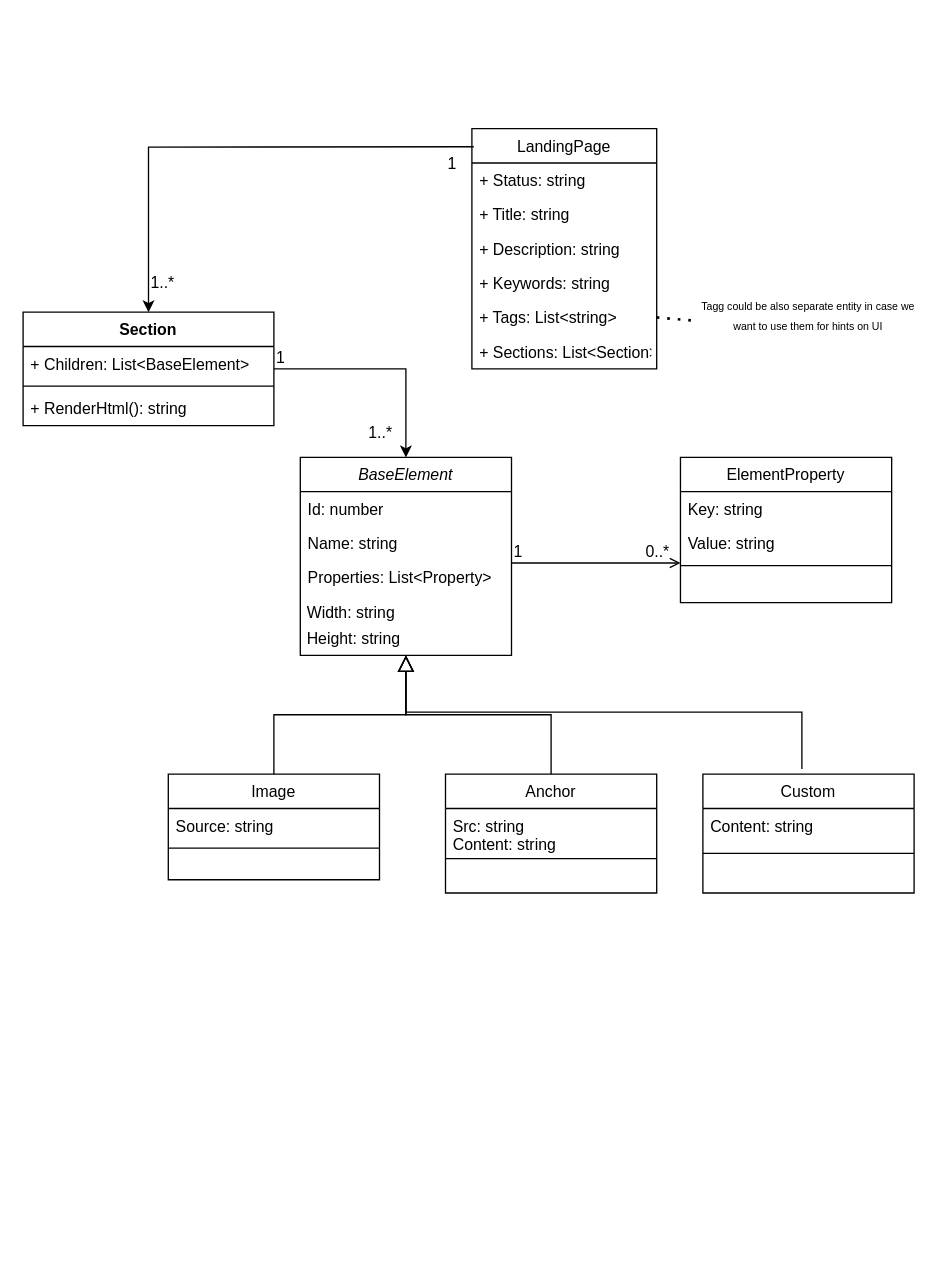
dmiAnd/Common keeps this draw.io diagram as meta-model.drawio. Above is the earlier version. Source tidied: cells renumbered, new cells numbered last; positions are measured from the earlier drawing's top-left corner, leaving out a move shared by most shapes. Both pictures are drawn from the tidied source at 132%, with x=0, y=0 at pixel (22, 128).
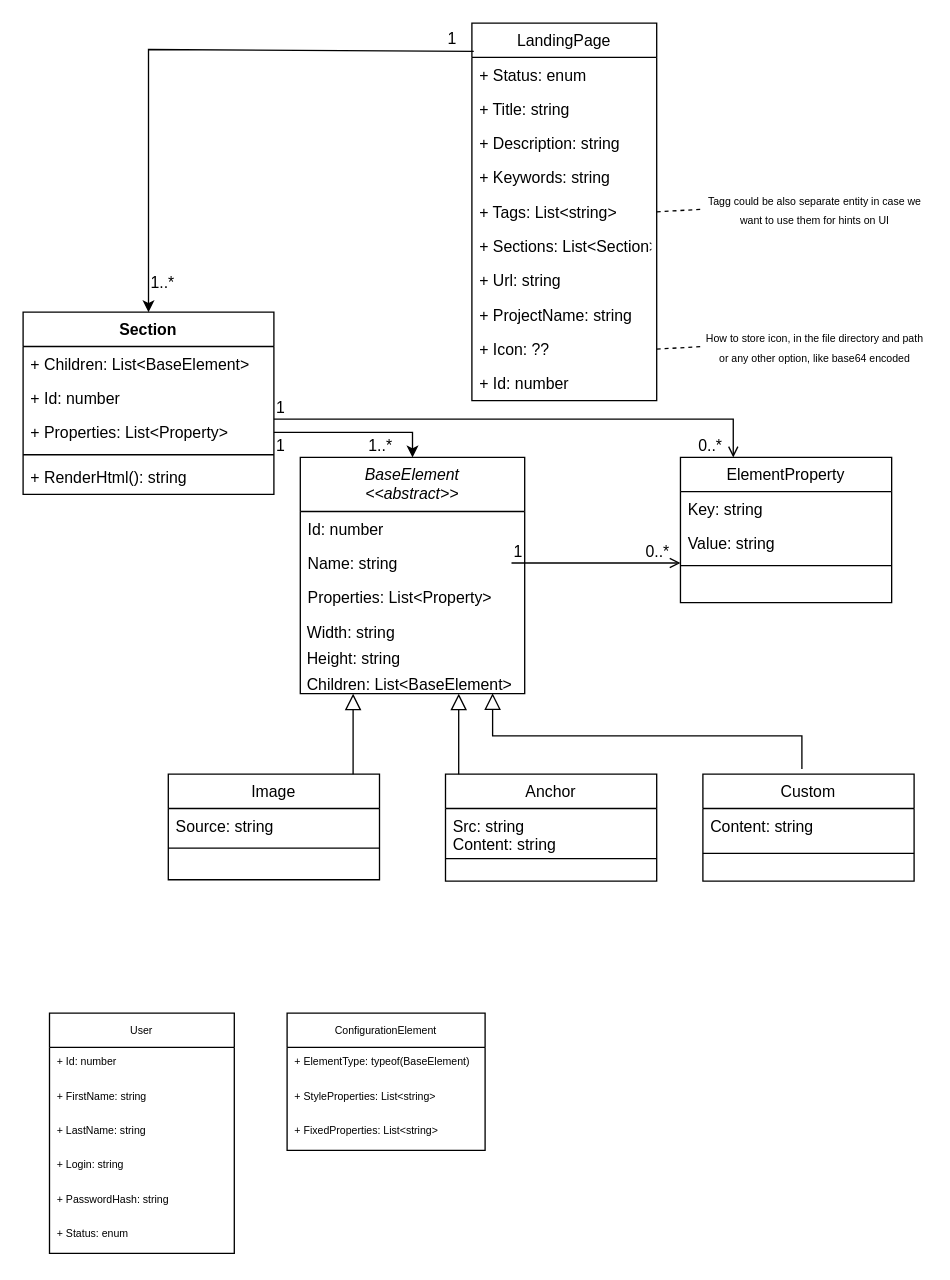
After the change.

The change refers to these unchanged cells:
```xml
<mxCell id="8" value="Image" style="swimlane;fontStyle=0;align=center;verticalAlign=top;horizontal=1;startSize=26;rounded=0;shadow=0;strokeWidth=1;" parent="1" vertex="1">
  <mxGeometry x="110" y="489" width="160" height="80" as="geometry" />
</mxCell>
<mxCell id="16" value="ElementProperty" style="swimlane;fontStyle=0;align=center;verticalAlign=top;horizontal=1;startSize=26;rounded=0;shadow=0;strokeWidth=1;" parent="1" vertex="1">
  <mxGeometry x="498" y="249" width="160" height="110" as="geometry" />
</mxCell>
<mxCell id="35" value="+ Tags: List&lt;string&gt;" style="text;strokeColor=none;fillColor=none;align=left;verticalAlign=top;spacingLeft=4;spacingRight=4;overflow=hidden;points=[[0,0.5],[1,0.5]];portConstraint=eastwest;" parent="30" vertex="1">
  <mxGeometry y="130" width="140" height="26" as="geometry" />
</mxCell>
```

What changed in the source:
```diff
@@
-    <mxCell id="2" value="BaseElement" style="swimlane;fontStyle=2;align=center;verticalAlign=top;horizontal=1;startSize=26;rounded=0;shadow=0;strokeWidth=1;" parent="1" vertex="1">
-      <mxGeometry x="210" y="249" width="160" height="150" as="geometry" />
+    <mxCell id="2" value="BaseElement&#10;&lt;&lt;abstract&gt;&gt;" style="swimlane;fontStyle=2;align=center;verticalAlign=top;horizontal=1;startSize=41;rounded=0;shadow=0;strokeWidth=1;" parent="1" vertex="1">
+      <mxGeometry x="210" y="249" width="170" height="179" as="geometry" />
     </mxCell>
     <mxCell id="3" value="Id: number" style="text;align=left;verticalAlign=top;spacingLeft=4;spacingRight=4;overflow=hidden;" parent="2" vertex="1">
-      <mxGeometry y="26" width="160" height="26" as="geometry" />
+      <mxGeometry y="41" width="170" height="26" as="geometry" />
     </mxCell>
     <mxCell id="4" value="Name: string" style="text;align=left;verticalAlign=top;spacingLeft=4;spacingRight=4;overflow=hidden;rounded=0;shadow=0;html=0;" parent="2" vertex="1">
-      <mxGeometry y="52" width="160" height="26" as="geometry" />
+      <mxGeometry y="67" width="170" height="26" as="geometry" />
     </mxCell>
     <mxCell id="5" value="Properties: List&lt;Property&gt;" style="text;align=left;verticalAlign=top;spacingLeft=4;spacingRight=4;overflow=hidden;rounded=0;shadow=0;html=0;" parent="2" vertex="1">
-      <mxGeometry y="78" width="160" height="26" as="geometry" />
+      <mxGeometry y="93" width="170" height="26" as="geometry" />
     </mxCell>
     <mxCell id="6" value="&amp;nbsp;Width: string" style="text;html=1;align=left;verticalAlign=top;strokeColor=none;fillColor=none;" parent="2" vertex="1">
-      <mxGeometry y="104" width="160" height="20" as="geometry" />
+      <mxGeometry y="119" width="170" height="20" as="geometry" />
     </mxCell>
     <mxCell id="7" value="&amp;nbsp;Height: string" style="text;html=1;align=left;verticalAlign=top;strokeColor=none;fillColor=none;" parent="2" vertex="1">
-      <mxGeometry y="124" width="160" height="20" as="geometry" />
+      <mxGeometry y="139" width="170" height="20" as="geometry" />
     </mxCell>
+    <mxCell id="46" value="&amp;nbsp;Children: List&amp;lt;BaseElement&amp;gt;" style="text;html=1;align=left;verticalAlign=top;points=[];strokeColor=none;fillColor=none;" parent="2" vertex="1">
+      <mxGeometry y="159" width="170" height="20" as="geometry" />
+    </mxCell>
@@
     <mxCell id="11" style="endArrow=block;endSize=10;endFill=0;shadow=0;strokeWidth=1;rounded=0;edgeStyle=elbowEdgeStyle;elbow=vertical;" parent="1" edge="1" source="8" target="2">
-      <mxGeometry relative="1" as="geometry" />
+      <mxGeometry relative="1" as="geometry">
+        <Array as="points">
+          <mxPoint x="250" y="470" />
+        </Array>
+      </mxGeometry>
     </mxCell>
     <mxCell id="12" value="Anchor" style="swimlane;fontStyle=0;align=center;verticalAlign=top;horizontal=1;startSize=26;rounded=0;shadow=0;strokeWidth=1;" parent="1" vertex="1">
-      <mxGeometry x="320" y="489" width="160" height="90" as="geometry" />
+      <mxGeometry x="320" y="489" width="160" height="81" as="geometry" />
     </mxCell>
@@
     <mxCell id="15" style="endArrow=block;endSize=10;endFill=0;shadow=0;strokeWidth=1;rounded=0;edgeStyle=elbowEdgeStyle;elbow=vertical;" parent="1" edge="1" source="12" target="2">
-      <mxGeometry relative="1" as="geometry" />
+      <mxGeometry relative="1" as="geometry">
+        <Array as="points">
+          <mxPoint x="330" y="458" />
+        </Array>
+      </mxGeometry>
     </mxCell>
@@
-    <mxCell id="23" style="edgeStyle=orthogonalEdgeStyle;rounded=0;jettySize=auto;html=1;entryX=0.5;entryY=0;entryDx=0;entryDy=0;" parent="1" edge="1" source="24" target="2">
-      <mxGeometry relative="1" as="geometry" />
+    <mxCell id="23" style="edgeStyle=orthogonalEdgeStyle;rounded=0;jettySize=auto;html=1;exitX=1;exitY=0.5;exitDx=0;exitDy=0;entryX=0.5;entryY=0;entryDx=0;entryDy=0;" parent="1" edge="1" source="47" target="2">
+      <mxGeometry relative="1" as="geometry">
+        <Array as="points">
+          <mxPoint x="295" y="230" />
+        </Array>
+      </mxGeometry>
     </mxCell>
     <mxCell id="24" value="Section" style="swimlane;fontStyle=1;align=center;verticalAlign=top;horizontal=1;startSize=26;" parent="1" vertex="1">
-      <mxGeometry y="139" width="190" height="86" as="geometry" />
+      <mxGeometry y="139" width="190" height="138" as="geometry" />
     </mxCell>
@@
+    <mxCell id="27" value="+ Id: number" style="text;strokeColor=none;fillColor=none;align=left;verticalAlign=top;spacingLeft=4;spacingRight=4;overflow=hidden;" parent="24" vertex="1">
+      <mxGeometry y="52" width="190" height="26" as="geometry" />
+    </mxCell>
+    <mxCell id="47" value="+ Properties: List&lt;Property&gt;" style="text;strokeColor=none;fillColor=none;align=left;verticalAlign=top;spacingLeft=4;spacingRight=4;overflow=hidden;points=[[0,0.5],[1,0.5]];portConstraint=eastwest;" parent="24" vertex="1">
+      <mxGeometry y="78" width="190" height="26" as="geometry" />
+    </mxCell>
     <mxCell id="26" style="line;strokeWidth=1;fillColor=none;align=left;verticalAlign=middle;spacingTop=-1;spacingLeft=3;spacingRight=3;labelPosition=right;" parent="24" vertex="1">
-      <mxGeometry y="52" width="190" height="8" as="geometry" />
+      <mxGeometry y="104" width="190" height="8" as="geometry" />
     </mxCell>
-    <mxCell id="27" value="+ RenderHtml(): string" style="text;strokeColor=none;fillColor=none;align=left;verticalAlign=top;spacingLeft=4;spacingRight=4;overflow=hidden;" parent="24" vertex="1">
-      <mxGeometry y="60" width="190" height="26" as="geometry" />
-    </mxCell>
+    <mxCell id="48" value="+ RenderHtml(): string" style="text;strokeColor=none;fillColor=none;align=left;verticalAlign=top;spacingLeft=4;spacingRight=4;overflow=hidden;" parent="24" vertex="1">
+      <mxGeometry y="112" width="190" height="26" as="geometry" />
+    </mxCell>
     <mxCell id="28" value="1" style="align=left;verticalAlign=bottom;labelBackgroundColor=none;fontSize=12;direction=west;" parent="1" vertex="1">
-      <mxGeometry x="190" y="182" as="geometry" />
+      <mxGeometry x="190" y="249" as="geometry" />
     </mxCell>
     <mxCell id="29" value="1..*" style="align=left;verticalAlign=bottom;labelBackgroundColor=none;fontSize=12;" parent="1" vertex="1">
-      <mxGeometry x="260" y="239" as="geometry" />
+      <mxGeometry x="260" y="249" as="geometry" />
     </mxCell>
     <mxCell id="30" value="LandingPage" style="swimlane;fontStyle=0;horizontal=1;startSize=26;fillColor=none;" parent="1" vertex="1">
-      <mxGeometry x="340" width="140" height="182" as="geometry" />
+      <mxGeometry x="340" y="-80" width="140" height="286" as="geometry" />
     </mxCell>
-    <mxCell id="31" value="+ Status: string" style="text;strokeColor=none;fillColor=none;align=left;verticalAlign=top;spacingLeft=4;spacingRight=4;overflow=hidden;" parent="30" vertex="1">
+    <mxCell id="31" value="+ Status: enum" style="text;strokeColor=none;fillColor=none;align=left;verticalAlign=top;spacingLeft=4;spacingRight=4;overflow=hidden;" parent="30" vertex="1">
       <mxGeometry y="26" width="140" height="26" as="geometry" />
     </mxCell>
@@
+    <mxCell id="49" value="+ Url: string" style="text;strokeColor=none;fillColor=none;align=left;verticalAlign=top;spacingLeft=4;spacingRight=4;overflow=hidden;" parent="30" vertex="1">
+      <mxGeometry y="182" width="140" height="26" as="geometry" />
+    </mxCell>
+    <mxCell id="50" value="+ ProjectName: string" style="text;strokeColor=none;fillColor=none;align=left;verticalAlign=top;spacingLeft=4;spacingRight=4;overflow=hidden;" parent="30" vertex="1">
+      <mxGeometry y="208" width="140" height="26" as="geometry" />
+    </mxCell>
+    <mxCell id="51" value="+ Icon: ??" style="text;strokeColor=none;fillColor=none;align=left;verticalAlign=top;spacingLeft=4;spacingRight=4;overflow=hidden;points=[[0,0.5],[1,0.5]];portConstraint=eastwest;" parent="30" vertex="1">
+      <mxGeometry y="234" width="140" height="26" as="geometry" />
+    </mxCell>
+    <mxCell id="52" value="+ Id: number" style="text;strokeColor=none;fillColor=none;align=left;verticalAlign=top;spacingLeft=4;spacingRight=4;overflow=hidden;" parent="30" vertex="1">
+      <mxGeometry y="260" width="140" height="26" as="geometry" />
+    </mxCell>
     <mxCell id="37" value="&lt;font style=&quot;font-size: 8px&quot;&gt;Tagg could be also separate entity in case we want to use them for hints on UI&lt;/font&gt;" style="text;html=1;strokeColor=none;fillColor=none;align=center;verticalAlign=middle;whiteSpace=wrap;rounded=0;" parent="1" vertex="1">
-      <mxGeometry x="510" y="126" width="170" height="30" as="geometry" />
+      <mxGeometry x="515" y="46" width="170" height="30" as="geometry" />
     </mxCell>
-    <mxCell id="38" style="endArrow=none;dashed=1;html=1;dashPattern=1 3;strokeWidth=2;rounded=0;fontSize=8;entryX=-0.001;entryY=0.651;entryDx=0;entryDy=0;entryPerimeter=0;exitX=1;exitY=0.5;exitDx=0;exitDy=0;" parent="1" edge="1" source="35" target="37">
-      <mxGeometry relative="1" as="geometry" />
-    </mxCell>
     <mxCell id="39" style="endArrow=classic;html=1;rounded=0;fontSize=8;exitX=0.01;exitY=0.075;exitDx=0;exitDy=0;exitPerimeter=0;entryX=0.5;entryY=0;entryDx=0;entryDy=0;" parent="1" edge="1" source="30" target="24">
       <mxGeometry relative="1" as="geometry">
         <Array as="points">
-          <mxPoint x="95" y="14" />
+          <mxPoint x="95" y="-60" />
         </Array>
       </mxGeometry>
     </mxCell>
     <mxCell id="40" value="1" style="align=left;verticalAlign=bottom;labelBackgroundColor=none;fontSize=12;direction=west;" parent="1" vertex="1">
-      <mxGeometry x="320" y="35" as="geometry" />
+      <mxGeometry x="320" y="-60" as="geometry" />
     </mxCell>
@@
     <mxCell id="42" value="Custom" style="swimlane;fontStyle=0;align=center;verticalAlign=top;horizontal=1;startSize=26;rounded=0;shadow=0;strokeWidth=1;" parent="1" vertex="1">
-      <mxGeometry x="515" y="489" width="160" height="90" as="geometry" />
+      <mxGeometry x="515" y="489" width="160" height="81" as="geometry" />
     </mxCell>
@@
-    <mxCell id="45" style="endArrow=block;endSize=10;endFill=0;shadow=0;strokeWidth=1;rounded=0;edgeStyle=elbowEdgeStyle;elbow=vertical;" parent="1" edge="1" target="2">
+    <mxCell id="45" style="endArrow=block;endSize=10;endFill=0;shadow=0;strokeWidth=1;rounded=0;edgeStyle=elbowEdgeStyle;elbow=vertical;entryX=0.857;entryY=0.986;entryDx=0;entryDy=0;entryPerimeter=0;" parent="1" edge="1" target="46">
       <mxGeometry relative="1" as="geometry">
         <mxPoint x="590" y="485" as="sourcePoint" />
         <Array as="points">
-          <mxPoint x="440" y="442" />
+          <mxPoint x="440" y="460" />
         </Array>
       </mxGeometry>
     </mxCell>
+    <mxCell id="53" value="&lt;font style=&quot;font-size: 8px&quot;&gt;How to store icon, in the file directory and path or any other option, like base64 encoded&lt;/font&gt;" style="text;html=1;strokeColor=none;fillColor=none;align=center;verticalAlign=middle;whiteSpace=wrap;rounded=0;" parent="1" vertex="1">
+      <mxGeometry x="515" y="150" width="170" height="30" as="geometry" />
+    </mxCell>
+    <mxCell id="54" style="endArrow=none;dashed=1;html=1;rounded=0;fontSize=8;entryX=0;entryY=0.5;entryDx=0;entryDy=0;exitX=1;exitY=0.5;exitDx=0;exitDy=0;" parent="1" edge="1" source="51" target="53">
+      <mxGeometry relative="1" as="geometry" />
+    </mxCell>
+    <mxCell id="38" style="endArrow=none;dashed=1;html=1;rounded=0;fontSize=8;entryX=0;entryY=0.5;entryDx=0;entryDy=0;exitX=1;exitY=0.5;exitDx=0;exitDy=0;" parent="1" edge="1" source="35" target="37">
+      <mxGeometry relative="1" as="geometry" />
+    </mxCell>
+    <mxCell id="55" value="User" style="swimlane;fontStyle=0;horizontal=1;startSize=26;fillColor=none;fontSize=8;" parent="1" vertex="1">
+      <mxGeometry x="20" y="670" width="140" height="182" as="geometry" />
+    </mxCell>
+    <mxCell id="56" value="+ Id: number" style="text;strokeColor=none;fillColor=none;align=left;verticalAlign=top;spacingLeft=4;spacingRight=4;overflow=hidden;fontSize=8;" parent="55" vertex="1">
+      <mxGeometry y="26" width="140" height="26" as="geometry" />
+    </mxCell>
+    <mxCell id="57" value="+ FirstName: string" style="text;strokeColor=none;fillColor=none;align=left;verticalAlign=top;spacingLeft=4;spacingRight=4;overflow=hidden;fontSize=8;" parent="55" vertex="1">
+      <mxGeometry y="52" width="140" height="26" as="geometry" />
+    </mxCell>
+    <mxCell id="58" value="+ LastName: string" style="text;strokeColor=none;fillColor=none;align=left;verticalAlign=top;spacingLeft=4;spacingRight=4;overflow=hidden;fontSize=8;" parent="55" vertex="1">
+      <mxGeometry y="78" width="140" height="26" as="geometry" />
+    </mxCell>
+    <mxCell id="59" value="+ Login: string" style="text;strokeColor=none;fillColor=none;align=left;verticalAlign=top;spacingLeft=4;spacingRight=4;overflow=hidden;fontSize=8;" parent="55" vertex="1">
+      <mxGeometry y="104" width="140" height="26" as="geometry" />
+    </mxCell>
+    <mxCell id="60" value="+ PasswordHash: string" style="text;strokeColor=none;fillColor=none;align=left;verticalAlign=top;spacingLeft=4;spacingRight=4;overflow=hidden;fontSize=8;" parent="55" vertex="1">
+      <mxGeometry y="130" width="140" height="26" as="geometry" />
+    </mxCell>
+    <mxCell id="61" value="+ Status: enum" style="text;strokeColor=none;fillColor=none;align=left;verticalAlign=top;spacingLeft=4;spacingRight=4;overflow=hidden;fontSize=8;" parent="55" vertex="1">
+      <mxGeometry y="156" width="140" height="26" as="geometry" />
+    </mxCell>
+    <mxCell id="62" style="endArrow=open;shadow=0;strokeWidth=1;rounded=0;endFill=1;edgeStyle=elbowEdgeStyle;elbow=vertical;entryX=0.25;entryY=0;entryDx=0;entryDy=0;" parent="1" edge="1" target="16">
+      <mxGeometry x="0.5" y="41" relative="1" as="geometry">
+        <mxPoint x="190" y="220" as="sourcePoint" />
+        <Array as="points">
+          <mxPoint x="280" y="220" />
+          <mxPoint x="310" y="208" />
+          <mxPoint x="250" y="230" />
+          <mxPoint x="310" y="220" />
+          <mxPoint x="300" y="208" />
+          <mxPoint x="340" y="208" />
+          <mxPoint x="430" y="220" />
+        </Array>
+        <mxPoint x="-40" y="32" as="offset" />
+      </mxGeometry>
+    </mxCell>
+    <mxCell id="63" value="1" style="align=left;verticalAlign=bottom;labelBackgroundColor=none;fontSize=12;" parent="62" vertex="1">
+      <mxGeometry x="-1" relative="1" as="geometry" />
+    </mxCell>
+    <mxCell id="64" value="0..*" style="align=right;verticalAlign=bottom;labelBackgroundColor=none;fontSize=12;" parent="62" vertex="1">
+      <mxGeometry x="1" relative="1" as="geometry">
+        <mxPoint x="-7" as="offset" />
+      </mxGeometry>
+    </mxCell>
+    <mxCell id="65" value="ConfigurationElement" style="swimlane;fontStyle=0;horizontal=1;startSize=26;fillColor=none;fontSize=8;" parent="1" vertex="1">
+      <mxGeometry x="200" y="670" width="150" height="104" as="geometry" />
+    </mxCell>
+    <mxCell id="66" value="+ ElementType: typeof(BaseElement)" style="text;strokeColor=none;fillColor=none;align=left;verticalAlign=top;spacingLeft=4;spacingRight=4;overflow=hidden;fontSize=8;" parent="65" vertex="1">
+      <mxGeometry y="26" width="150" height="26" as="geometry" />
+    </mxCell>
+    <mxCell id="67" value="+ StyleProperties: List&lt;string&gt;" style="text;strokeColor=none;fillColor=none;align=left;verticalAlign=top;spacingLeft=4;spacingRight=4;overflow=hidden;fontSize=8;" parent="65" vertex="1">
+      <mxGeometry y="52" width="150" height="26" as="geometry" />
+    </mxCell>
+    <mxCell id="68" value="+ FixedProperties: List&lt;string&gt;" style="text;strokeColor=none;fillColor=none;align=left;verticalAlign=top;spacingLeft=4;spacingRight=4;overflow=hidden;fontSize=8;" parent="65" vertex="1">
+      <mxGeometry y="78" width="150" height="26" as="geometry" />
+    </mxCell>
```
